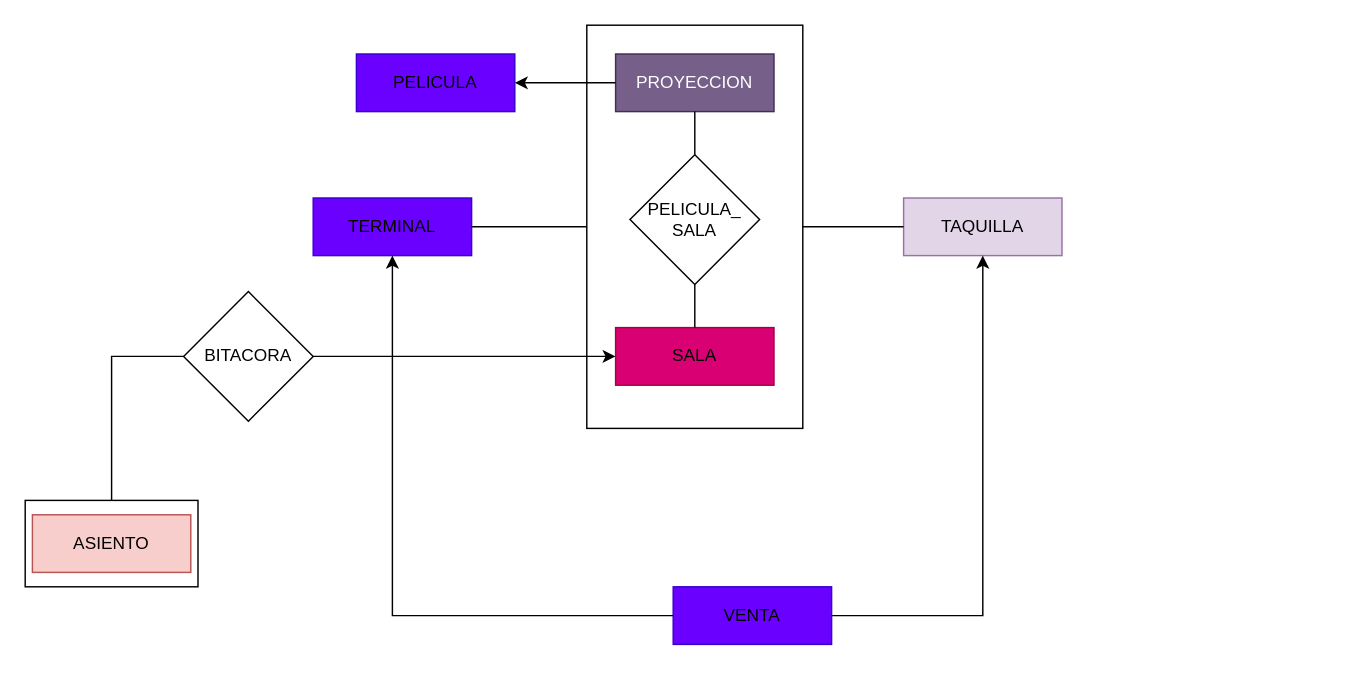
Above: PRUEBA.drawio in hachazo/db-Tp1 (draw.io), before the change. Source tidied: cells renumbered, new cells numbered last; positions are measured from the earlier drawing's top-left corner, leaving out a move shared by most shapes. Both pictures are drawn from the tidied source at 144%, with x=0, y=0 at pixel (24, 24).
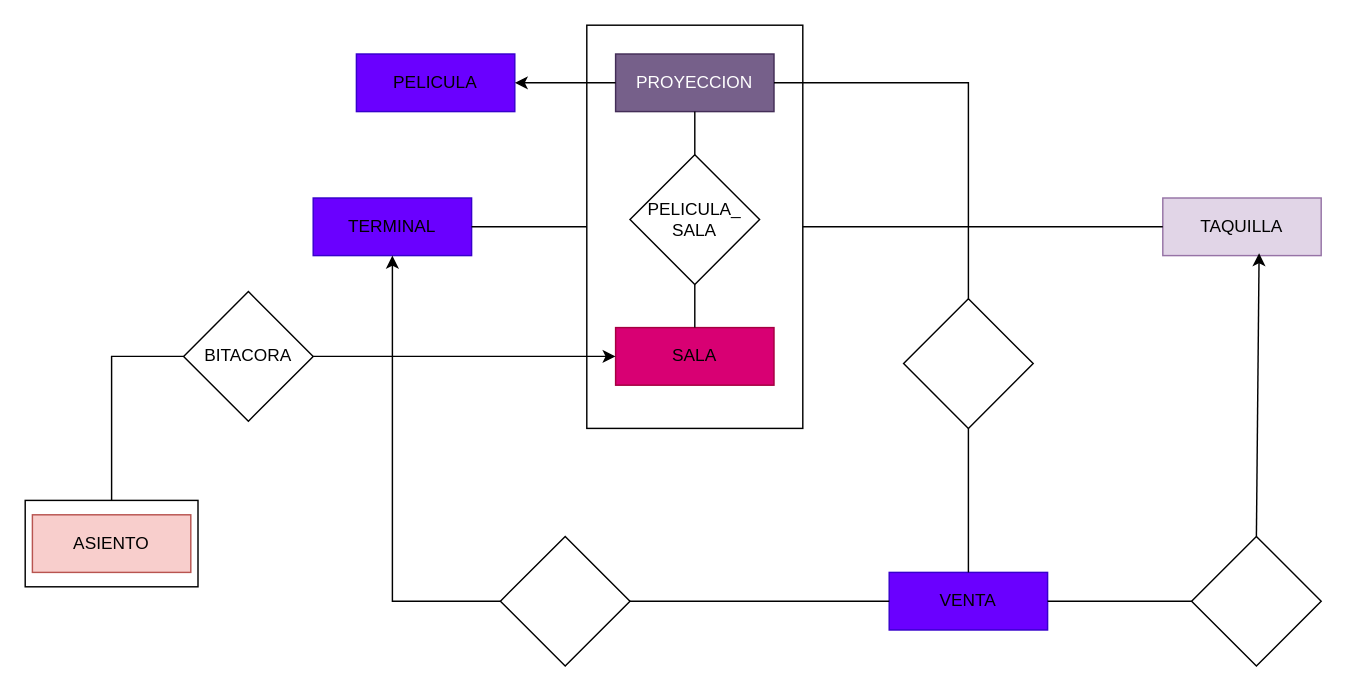
The same page after the edit.

Unchanged cells that the change refers to:
```xml
<mxCell id="4" value="PROYECCION" style="rounded=0;whiteSpace=wrap;html=1;fillColor=#76608a;fontColor=#ffffff;strokeColor=#432D57;" parent="1" vertex="1">
  <mxGeometry x="410" y="20" width="110" height="40" as="geometry" />
</mxCell>
<mxCell id="9" value="&lt;font color=&quot;#000000&quot;&gt;TERMINAL&lt;/font&gt;" style="rounded=0;whiteSpace=wrap;html=1;fillColor=#6a00ff;strokeColor=#3700CC;fontColor=#ffffff;" parent="1" vertex="1">
  <mxGeometry x="200" y="120" width="110" height="40" as="geometry" />
</mxCell>
```

What changed in the source:
```diff
@@
     <mxCell id="10" value="&lt;font color=&quot;#000000&quot;&gt;TAQUILLA&lt;/font&gt;" style="rounded=0;whiteSpace=wrap;html=1;fillColor=#e1d5e7;strokeColor=#9673a6;" parent="1" vertex="1">
-      <mxGeometry x="610" y="120" width="110" height="40" as="geometry" />
+      <mxGeometry x="790" y="120" width="110" height="40" as="geometry" />
     </mxCell>
@@
     <mxCell id="19" value="&lt;font color=&quot;#000000&quot;&gt;VENTA&lt;/font&gt;" style="rounded=0;whiteSpace=wrap;html=1;fillColor=#6a00ff;strokeColor=#3700CC;fontColor=#ffffff;" parent="1" vertex="1">
-      <mxGeometry x="450" y="390" width="110" height="40" as="geometry" />
+      <mxGeometry x="600" y="380" width="110" height="40" as="geometry" />
     </mxCell>
-    <mxCell id="20" style="endArrow=classic;html=1;rounded=0;entryX=0.5;entryY=1;entryDx=0;entryDy=0;exitX=0;exitY=0.5;exitDx=0;exitDy=0;edgeStyle=orthogonalEdgeStyle;" parent="1" edge="1" source="19" target="9">
-      <mxGeometry relative="1" as="geometry" />
-    </mxCell>
-    <mxCell id="21" style="endArrow=classic;html=1;rounded=0;entryX=0.5;entryY=1;entryDx=0;entryDy=0;exitX=1;exitY=0.5;exitDx=0;exitDy=0;edgeStyle=orthogonalEdgeStyle;" parent="1" edge="1" source="19" target="10">
-      <mxGeometry relative="1" as="geometry" />
-    </mxCell>
+    <mxCell id="22" style="rhombus;whiteSpace=wrap;html=1;" parent="1" vertex="1">
+      <mxGeometry x="330" y="355" width="90" height="90" as="geometry" />
+    </mxCell>
+    <mxCell id="23" style="endArrow=none;html=1;rounded=0;entryX=0;entryY=0.5;entryDx=0;entryDy=0;" parent="1" edge="1" target="19">
+      <mxGeometry relative="1" as="geometry">
+        <mxPoint x="420" y="400" as="sourcePoint" />
+      </mxGeometry>
+    </mxCell>
+    <mxCell id="24" style="endArrow=classic;html=1;rounded=0;entryX=0.5;entryY=1;entryDx=0;entryDy=0;exitX=0;exitY=0.5;exitDx=0;exitDy=0;edgeStyle=orthogonalEdgeStyle;" parent="1" edge="1" source="22" target="9">
+      <mxGeometry relative="1" as="geometry" />
+    </mxCell>
+    <mxCell id="25" style="rhombus;whiteSpace=wrap;html=1;" parent="1" vertex="1">
+      <mxGeometry x="810" y="355" width="90" height="90" as="geometry" />
+    </mxCell>
+    <mxCell id="26" style="endArrow=classic;html=1;rounded=0;entryX=0.608;entryY=0.958;entryDx=0;entryDy=0;entryPerimeter=0;exitX=0.5;exitY=0;exitDx=0;exitDy=0;" parent="1" edge="1" source="25" target="10">
+      <mxGeometry relative="1" as="geometry" />
+    </mxCell>
+    <mxCell id="27" style="endArrow=none;html=1;rounded=0;entryX=0;entryY=0.5;entryDx=0;entryDy=0;exitX=1;exitY=0.5;exitDx=0;exitDy=0;" parent="1" edge="1" source="19" target="25">
+      <mxGeometry relative="1" as="geometry" />
+    </mxCell>
+    <mxCell id="28" style="rhombus;whiteSpace=wrap;html=1;" parent="1" vertex="1">
+      <mxGeometry x="610" y="190" width="90" height="90" as="geometry" />
+    </mxCell>
+    <mxCell id="29" style="endArrow=none;html=1;rounded=0;entryX=0.5;entryY=1;entryDx=0;entryDy=0;exitX=0.5;exitY=0;exitDx=0;exitDy=0;" parent="1" edge="1" source="19" target="28">
+      <mxGeometry relative="1" as="geometry" />
+    </mxCell>
+    <mxCell id="30" style="endArrow=none;html=1;rounded=0;exitX=0.5;exitY=0;exitDx=0;exitDy=0;entryX=1;entryY=0.5;entryDx=0;entryDy=0;edgeStyle=orthogonalEdgeStyle;" parent="1" edge="1" source="28" target="4">
+      <mxGeometry relative="1" as="geometry" />
+    </mxCell>
```
